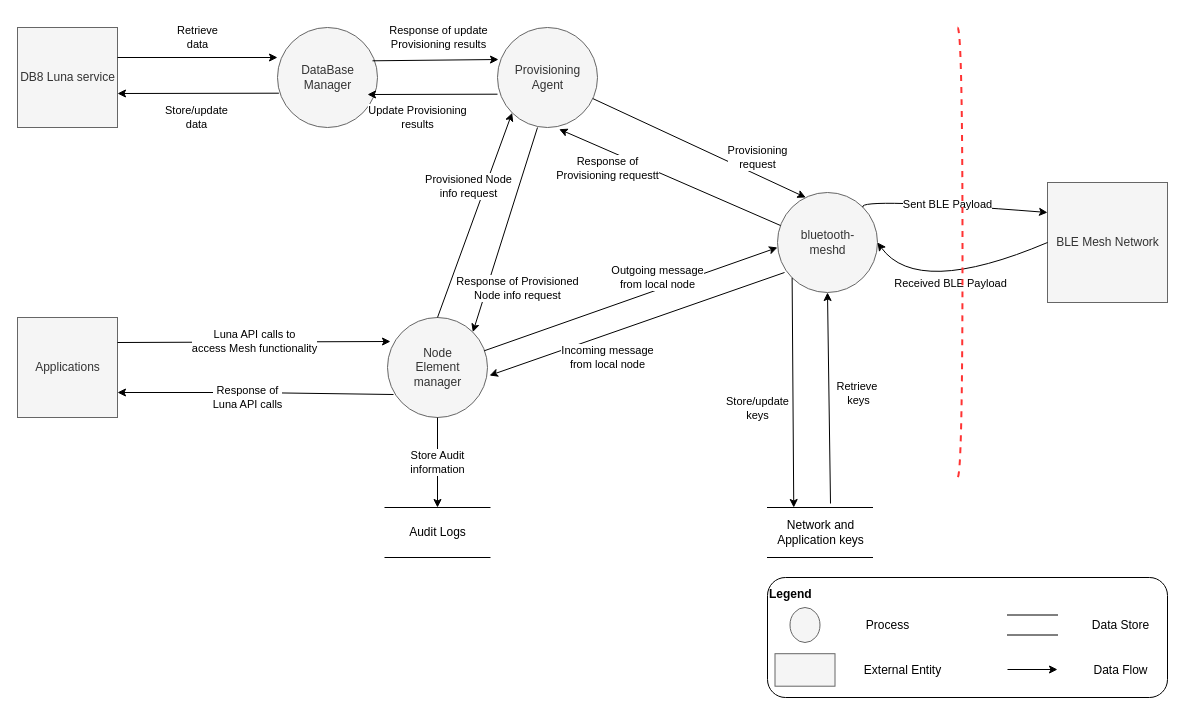
vibhanshuDhote/diagrams keeps this draw.io diagram as Copy of Untitled Diagram.drawio. Above is the earlier version. Source tidied: cells renumbered, new cells numbered last; positions are measured from the earlier drawing's top-left corner, leaving out a move shared by most shapes. Both pictures are drawn from the tidied source at 100%, with x=0, y=0 at pixel (17, 27). Pictures stored in the file or linked from it are replaced by grey dashed boxes.
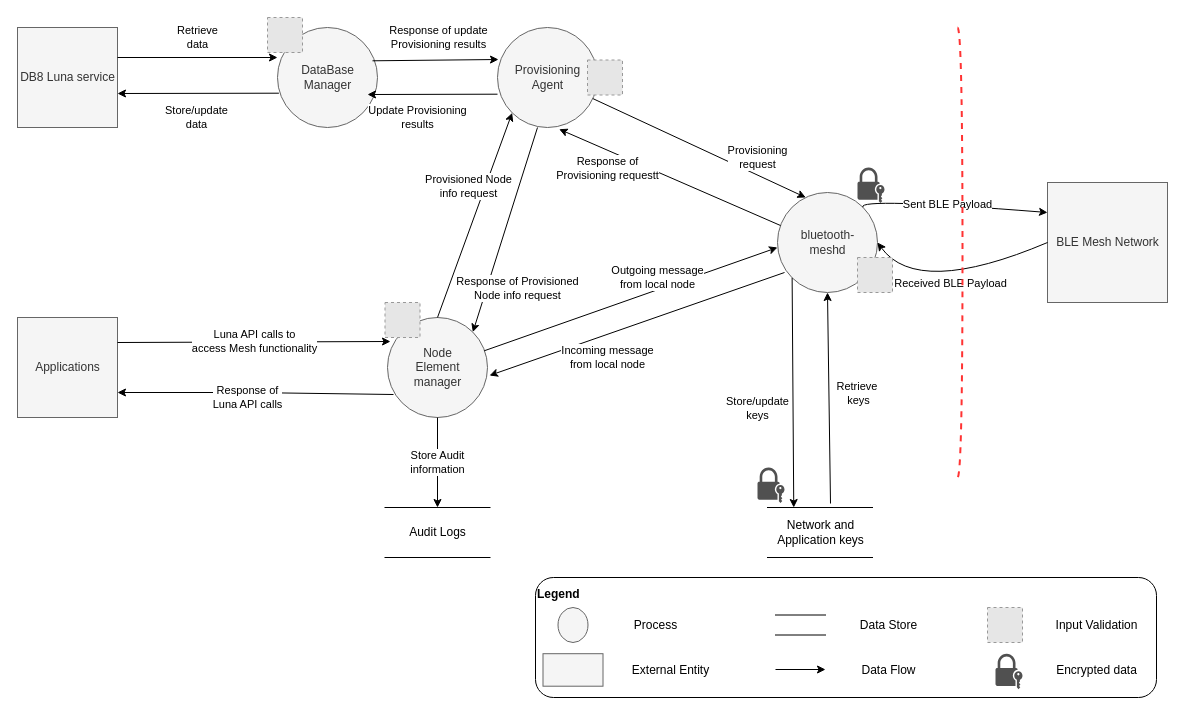
The same diagram, later.

Diff of the diagram source:
```diff
@@
-    <mxCell id="33" style="group;" parent="1" vertex="1">
-      <mxGeometry x="750" y="550" width="400" height="120" as="geometry" />
-    </mxCell>
+    <mxCell id="43" style="fillColor=#E6E6E6;strokeColor=#999999;dashed=1;html=1;verticalAlign=top;verticalLabelPosition=bottom;labelBackgroundColor=#ffffff;" parent="1" vertex="1">
+      <mxGeometry x="367.5" y="275" width="35" height="35" as="geometry" />
+    </mxCell>
+    <mxCell id="44" style="fillColor=#E6E6E6;strokeColor=#999999;dashed=1;html=1;verticalAlign=top;verticalLabelPosition=bottom;labelBackgroundColor=#ffffff;" parent="1" vertex="1">
+      <mxGeometry x="250" y="-10" width="35" height="35" as="geometry" />
+    </mxCell>
+    <mxCell id="45" style="fillColor=#E6E6E6;strokeColor=#999999;dashed=1;html=1;verticalAlign=top;verticalLabelPosition=bottom;labelBackgroundColor=#ffffff;" parent="1" vertex="1">
+      <mxGeometry x="840" y="230" width="35" height="35" as="geometry" />
+    </mxCell>
+    <mxCell id="46" style="fillColor=#E6E6E6;strokeColor=#999999;dashed=1;html=1;verticalAlign=top;verticalLabelPosition=bottom;labelBackgroundColor=#ffffff;" parent="1" vertex="1">
+      <mxGeometry x="570" y="32.5" width="35" height="35" as="geometry" />
+    </mxCell>
+    <mxCell id="47" style="sketch=0;shadow=0;dashed=0;html=1;strokeColor=none;fillColor=#505050;labelPosition=center;verticalLabelPosition=bottom;verticalAlign=top;align=center;shape=mxgraph.office.security.lock_with_key_security;" parent="1" vertex="1">
+      <mxGeometry x="740" y="440" width="27" height="35.5" as="geometry" />
+    </mxCell>
+    <mxCell id="48" style="sketch=0;shadow=0;dashed=0;html=1;strokeColor=none;fillColor=#505050;labelPosition=center;verticalLabelPosition=bottom;verticalAlign=top;align=center;shape=mxgraph.office.security.lock_with_key_security;" parent="1" vertex="1">
+      <mxGeometry x="840" y="140" width="27" height="35.5" as="geometry" />
+    </mxCell>
+    <mxCell id="49" style="group;" parent="1" vertex="1">
+      <mxGeometry x="518" y="550" width="621" height="120" as="geometry" />
+    </mxCell>
-    <mxCell id="34" value="&lt;b&gt;Legend&lt;/b&gt;&lt;br&gt;&lt;br&gt;&lt;br&gt;&lt;br&gt;&lt;br&gt;&lt;br&gt;&lt;br&gt;" style="rounded=1;whiteSpace=wrap;html=1;align=left;" parent="33" vertex="1">
-      <mxGeometry width="400" height="120" as="geometry" />
+    <mxCell id="34" value="&lt;b&gt;Legend&lt;/b&gt;&lt;br&gt;&lt;br&gt;&lt;br&gt;&lt;br&gt;&lt;br&gt;&lt;br&gt;&lt;br&gt;" style="rounded=1;whiteSpace=wrap;html=1;align=left;" parent="49" vertex="1">
+      <mxGeometry width="621" height="120" as="geometry" />
     </mxCell>
-    <mxCell id="35" style="shape=ellipse;html=1;dashed=0;whitespace=wrap;perimeter=ellipsePerimeter;fillColor=#f5f5f5;fontColor=#333333;strokeColor=#666666;" parent="33" vertex="1">
+    <mxCell id="35" style="shape=ellipse;html=1;dashed=0;whitespace=wrap;perimeter=ellipsePerimeter;fillColor=#f5f5f5;fontColor=#333333;strokeColor=#666666;" parent="49" vertex="1">
       <mxGeometry x="22.5" y="30" width="30" height="35" as="geometry" />
     </mxCell>
-    <mxCell id="36" value="Process" style="text;html=1;align=center;verticalAlign=middle;strokeColor=none;fillColor=none;" parent="33" vertex="1">
+    <mxCell id="36" value="Process" style="text;html=1;align=center;verticalAlign=middle;strokeColor=none;fillColor=none;" parent="49" vertex="1">
       <mxGeometry x="90" y="37.5" width="60" height="20" as="geometry" />
     </mxCell>
-    <mxCell id="37" style="html=1;dashed=0;whitespace=wrap;fillColor=#f5f5f5;fontColor=#333333;strokeColor=#666666;" parent="33" vertex="1">
+    <mxCell id="37" style="html=1;dashed=0;whitespace=wrap;fillColor=#f5f5f5;fontColor=#333333;strokeColor=#666666;" parent="49" vertex="1">
       <mxGeometry x="7.5" y="76.2" width="60" height="32.5" as="geometry" />
     </mxCell>
-    <mxCell id="38" value="External Entity" style="text;html=1;align=center;verticalAlign=middle;strokeColor=none;fillColor=none;" parent="33" vertex="1">
+    <mxCell id="38" value="External Entity" style="text;html=1;align=center;verticalAlign=middle;strokeColor=none;fillColor=none;" parent="49" vertex="1">
       <mxGeometry x="90" y="82.5" width="90" height="20" as="geometry" />
     </mxCell>
-    <mxCell id="39" style="html=1;dashed=0;whitespace=wrap;shape=partialRectangle;right=0;left=0;" parent="33" vertex="1">
+    <mxCell id="39" style="html=1;dashed=0;whitespace=wrap;shape=partialRectangle;right=0;left=0;" parent="49" vertex="1">
       <mxGeometry x="240" y="37.5" width="50" height="20" as="geometry" />
     </mxCell>
-    <mxCell id="40" value="Data Store" style="text;html=1;align=center;verticalAlign=middle;strokeColor=none;fillColor=none;" parent="33" vertex="1">
+    <mxCell id="40" value="Data Store" style="text;html=1;align=center;verticalAlign=middle;strokeColor=none;fillColor=none;" parent="49" vertex="1">
       <mxGeometry x="317.5" y="37.5" width="70" height="20" as="geometry" />
     </mxCell>
-    <mxCell id="41" style="endArrow=classic;html=1;rounded=0;" parent="33" edge="1">
+    <mxCell id="41" style="endArrow=classic;html=1;rounded=0;" parent="49" edge="1">
       <mxGeometry relative="1" as="geometry">
         <mxPoint x="240" y="92" as="sourcePoint" />
         <mxPoint x="290" y="92" as="targetPoint" />
       </mxGeometry>
     </mxCell>
-    <mxCell id="42" value="Data Flow" style="text;html=1;align=center;verticalAlign=middle;strokeColor=none;fillColor=none;" parent="33" vertex="1">
+    <mxCell id="42" value="Data Flow" style="text;html=1;align=center;verticalAlign=middle;strokeColor=none;fillColor=none;" parent="49" vertex="1">
       <mxGeometry x="317.5" y="82.5" width="70" height="20" as="geometry" />
     </mxCell>
+    <mxCell id="50" style="fillColor=#E6E6E6;strokeColor=#999999;dashed=1;html=1;verticalAlign=top;verticalLabelPosition=bottom;labelBackgroundColor=#ffffff;" parent="49" vertex="1">
+      <mxGeometry x="452" y="30" width="35" height="35" as="geometry" />
+    </mxCell>
+    <mxCell id="51" style="sketch=0;shadow=0;dashed=0;html=1;strokeColor=none;fillColor=#505050;labelPosition=center;verticalLabelPosition=bottom;verticalAlign=top;align=center;shape=mxgraph.office.security.lock_with_key_security;" parent="49" vertex="1">
+      <mxGeometry x="460" y="76.2" width="27" height="35.5" as="geometry" />
+    </mxCell>
+    <mxCell id="52" value="Input Validation" style="text;html=1;align=center;verticalAlign=middle;strokeColor=none;fillColor=none;" parent="49" vertex="1">
+      <mxGeometry x="511" y="37.5" width="100" height="20" as="geometry" />
+    </mxCell>
+    <mxCell id="53" value="Encrypted data" style="text;html=1;align=center;verticalAlign=middle;strokeColor=none;fillColor=none;" parent="49" vertex="1">
+      <mxGeometry x="511" y="82.5" width="100" height="20" as="geometry" />
+    </mxCell>
```
